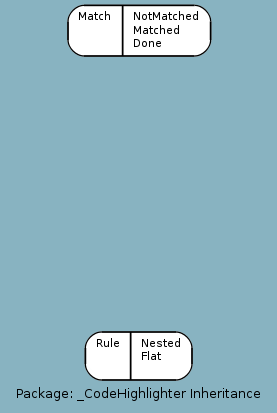
This is docs/uml/_CodeHighlighter_I.png from google-code-export/haxegui, a Graphviz export, as it was before one commit. Its source is kept beside it as docs/uml/_CodeHighlighter_I.dot. Its diagram source:
```dot
digraph uml {
	graph [label="Package: _CodeHighlighter Inheritance", ratio=compress, rankdir=LR, size="24,12", overlap=false, fontname=Sans, fontsize=10, bgcolor="#88B3C1", fontcolor=black];
	node [label="\N", fontname=Sans, fontsize=8, shape=record, color=black, fontcolor=black];
	edge [fontname=Sans, fontsize=8, minlen=3, color=black, fontcolor=black];
	graph [lp="100,10",
		bb="0,0,200,302"];
	"_CodeHighlighter.Rule" [label="{Rule|Nested\lFlat\l}", style="rounded,filled", fillcolor=white, pos="100,39", rects="60,21,94,57 94,21,140,57", width="1.11", height="0.50"];
	"_CodeHighlighter.Match" [label="{Match|NotMatched\lMatched\lDone\l}", style="rounded,filled", fillcolor=white, pos="100,283", rects="47,264,88,302 88,264,154,302", width="1.47", height="0.53"];
}
```
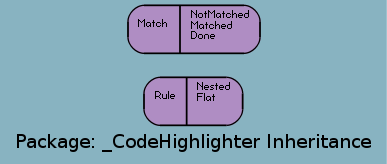
After the change.

Change to the diagram source:
```diff
@@ -1,9 +1,9 @@
 digraph uml {
-	graph [label="Package: _CodeHighlighter Inheritance", ratio=compress, rankdir=LR, size="24,12", overlap=false, fontname=Sans, fontsize=10, bgcolor="#88B3C1", fontcolor=black];
-	node [label="\N", fontname=Sans, fontsize=8, shape=record, color=black, fontcolor=black];
-	edge [fontname=Sans, fontsize=8, minlen=3, color=black, fontcolor=black];
-	graph [lp="100,10",
-		bb="0,0,200,302"];
-	"_CodeHighlighter.Rule" [label="{Rule|Nested\lFlat\l}", style="rounded,filled", fillcolor=white, pos="100,39", rects="60,21,94,57 94,21,140,57", width="1.11", height="0.50"];
-	"_CodeHighlighter.Match" [label="{Match|NotMatched\lMatched\lDone\l}", style="rounded,filled", fillcolor=white, pos="100,283", rects="47,264,88,302 88,264,154,302", width="1.47", height="0.53"];
+	graph [label="Package: _CodeHighlighter Inheritance", ratio=compress, rankdir=RL, smoothing=avg_dist, overlap=compress, packMode="graph", labelloc=c, fontname="DejaVu Sans Condenesed", fontsize=14, bgcolor="#88B3C1", fontcolor=black];
+	node [label="\N", style="rounded,filled", fillcolor="#96c288", fontcolor="#104E8B", fontname="FFF Harmony", fontsize=6, shape=record, color=black];
+	edge [fontname=Sans, fontsize=8, minlen="1.2", color=black, fontcolor=black];
+	graph [lp="141,12",
+		bb="0,0,282,115"];
+	"_CodeHighlighter.Rule" [label="{\nRule|Nested\lFlat\l}", fillcolor="#af8dc3", fontcolor=black, pos="141,43", rects="104,25,136,61 136,25,178,61", width="1.03", height="0.50"];
+	"_CodeHighlighter.Match" [label="{\nMatch|NotMatched\lMatched\lDone\l}", fillcolor="#af8dc3", fontcolor=black, pos="141,97", rects="92,79,131,115 131,79,191,115", width="1.36", height="0.50"];
 }
```
